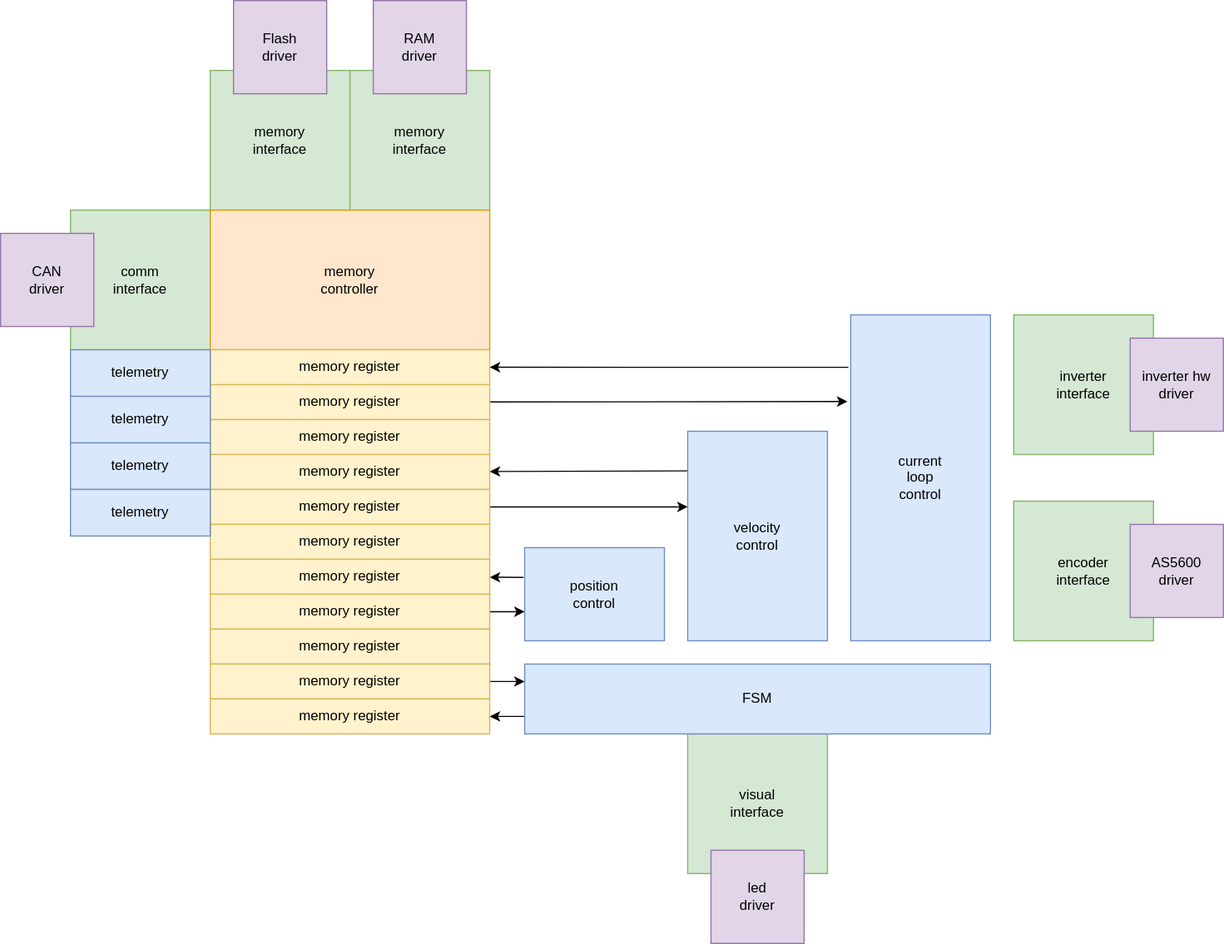
Earlier version of the draw.io export docs/firmware.drawio.svg (Eryk-Mozdzen/focus). Source tidied: cells renumbered, new cells last; positions are measured from the earlier drawing's top-left corner, leaving out a move shared by most shapes.
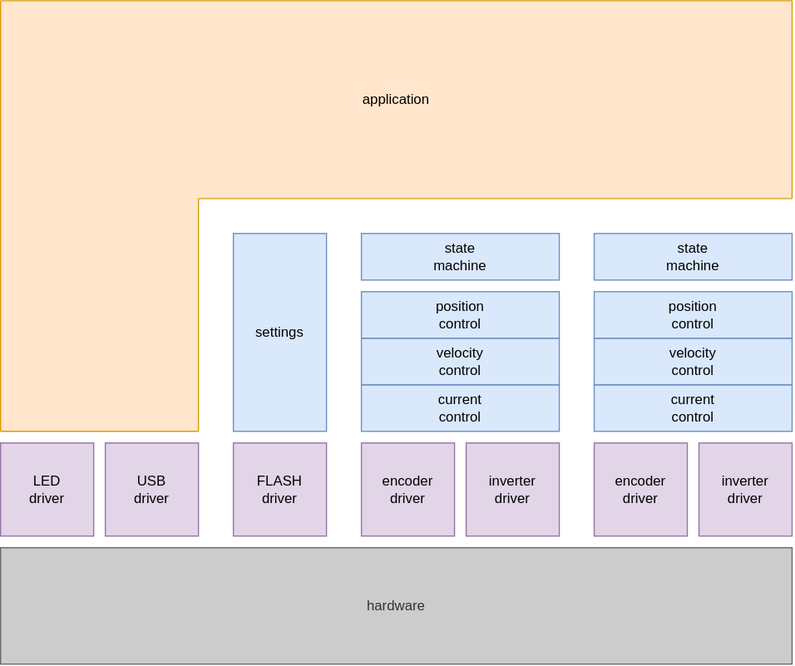
The same file after the commit.

What changed in the source:
```diff
@@ -2,139 +2,87 @@
   <root>
     <mxCell id="0" />
     <mxCell id="1" parent="0" />
-    <mxCell id="2" value="inverter&lt;br&gt;interface" style="rounded=0;whiteSpace=wrap;html=1;fillColor=#d5e8d4;strokeColor=#82b366;" parent="1" vertex="1">
-      <mxGeometry x="870" y="270" width="120" height="120" as="geometry" />
-    </mxCell>
-    <mxCell id="3" value="encoder&lt;br&gt;interface" style="rounded=0;whiteSpace=wrap;html=1;fillColor=#d5e8d4;strokeColor=#82b366;" parent="1" vertex="1">
-      <mxGeometry x="870" y="430" width="120" height="120" as="geometry" />
-    </mxCell>
+    <mxCell id="42" style="rounded=0;whiteSpace=wrap;html=1;fillColor=#ffe6cc;strokeColor=none;" parent="1" vertex="1">
+      <mxGeometry x="290" y="830" width="170" height="370" as="geometry" />
+    </mxCell>
-    <mxCell id="4" value="AS5600&lt;br&gt;driver" style="rounded=0;whiteSpace=wrap;html=1;fillColor=#e1d5e7;strokeColor=#9673a6;" parent="1" vertex="1">
-      <mxGeometry x="970" y="450" width="80" height="80" as="geometry" />
+    <mxCell id="4" value="encoder&lt;br&gt;driver" style="rounded=0;whiteSpace=wrap;html=1;fillColor=#e1d5e7;strokeColor=#9673a6;" parent="1" vertex="1">
+      <mxGeometry x="800" y="1210" width="80" height="80" as="geometry" />
     </mxCell>
-    <mxCell id="5" value="visual&lt;br&gt;interface" style="rounded=0;whiteSpace=wrap;html=1;fillColor=#d5e8d4;strokeColor=#82b366;" parent="1" vertex="1">
-      <mxGeometry x="590" y="630" width="120" height="120" as="geometry" />
-    </mxCell>
-    <mxCell id="6" value="comm&lt;br&gt;interface" style="rounded=0;whiteSpace=wrap;html=1;fillColor=#d5e8d4;strokeColor=#82b366;" parent="1" vertex="1">
-      <mxGeometry x="60" y="180" width="120" height="120" as="geometry" />
-    </mxCell>
-    <mxCell id="7" value="led&lt;br&gt;driver" style="rounded=0;whiteSpace=wrap;html=1;fillColor=#e1d5e7;strokeColor=#9673a6;" parent="1" vertex="1">
-      <mxGeometry x="610" y="730" width="80" height="80" as="geometry" />
-    </mxCell>
+    <mxCell id="10" value="FLASH&lt;br&gt;driver" style="rounded=0;whiteSpace=wrap;html=1;fillColor=#e1d5e7;strokeColor=#9673a6;" parent="1" vertex="1">
+      <mxGeometry x="490" y="1210" width="80" height="80" as="geometry" />
+    </mxCell>
+    <mxCell id="43" value="settings" style="rounded=0;whiteSpace=wrap;html=1;fillColor=#dae8fc;strokeColor=#6c8ebf;" parent="1" vertex="1">
+      <mxGeometry x="490" y="1030" width="80" height="170" as="geometry" />
+    </mxCell>
+    <mxCell id="44" style="rounded=0;whiteSpace=wrap;html=1;fillColor=#FFE6CC;strokeColor=none;" parent="1" vertex="1">
+      <mxGeometry x="450" y="830" width="520" height="170" as="geometry" />
+    </mxCell>
+    <mxCell id="45" value="encoder&lt;br&gt;driver" style="rounded=0;whiteSpace=wrap;html=1;fillColor=#e1d5e7;strokeColor=#9673a6;" parent="1" vertex="1">
+      <mxGeometry x="600" y="1210" width="80" height="80" as="geometry" />
+    </mxCell>
+    <mxCell id="46" value="current&lt;br&gt;control" style="rounded=0;whiteSpace=wrap;html=1;fillColor=#dae8fc;strokeColor=#6c8ebf;" parent="1" vertex="1">
+      <mxGeometry x="600" y="1160" width="170" height="40" as="geometry" />
+    </mxCell>
+    <mxCell id="47" value="velocity&lt;br&gt;control" style="rounded=0;whiteSpace=wrap;html=1;fillColor=#dae8fc;strokeColor=#6c8ebf;" parent="1" vertex="1">
+      <mxGeometry x="600" y="1120" width="170" height="40" as="geometry" />
+    </mxCell>
+    <mxCell id="48" value="position&lt;br&gt;control" style="rounded=0;whiteSpace=wrap;html=1;fillColor=#dae8fc;strokeColor=#6c8ebf;" parent="1" vertex="1">
+      <mxGeometry x="600" y="1080" width="170" height="40" as="geometry" />
+    </mxCell>
+    <mxCell id="49" value="state&lt;br&gt;machine" style="rounded=0;whiteSpace=wrap;html=1;fillColor=#dae8fc;strokeColor=#6c8ebf;" parent="1" vertex="1">
+      <mxGeometry x="600" y="1030" width="170" height="40" as="geometry" />
+    </mxCell>
-    <mxCell id="8" value="CAN&lt;br&gt;driver" style="rounded=0;whiteSpace=wrap;html=1;fillColor=#e1d5e7;strokeColor=#9673a6;" parent="1" vertex="1">
-      <mxGeometry y="200" width="80" height="80" as="geometry" />
+    <mxCell id="8" value="USB&lt;br&gt;driver" style="rounded=0;whiteSpace=wrap;html=1;fillColor=#e1d5e7;strokeColor=#9673a6;" parent="1" vertex="1">
+      <mxGeometry x="380" y="1210" width="80" height="80" as="geometry" />
     </mxCell>
-    <mxCell id="9" value="memory&lt;br&gt;interface" style="rounded=0;whiteSpace=wrap;html=1;fillColor=#d5e8d4;strokeColor=#82b366;" parent="1" vertex="1">
-      <mxGeometry x="180" y="60" width="120" height="120" as="geometry" />
-    </mxCell>
-    <mxCell id="10" value="Flash&lt;br&gt;driver" style="rounded=0;whiteSpace=wrap;html=1;fillColor=#e1d5e7;strokeColor=#9673a6;" parent="1" vertex="1">
-      <mxGeometry x="200" width="80" height="80" as="geometry" />
-    </mxCell>
-    <mxCell id="11" value="memory&lt;br&gt;interface" style="rounded=0;whiteSpace=wrap;html=1;fillColor=#d5e8d4;strokeColor=#82b366;" parent="1" vertex="1">
-      <mxGeometry x="300" y="60" width="120" height="120" as="geometry" />
-    </mxCell>
-    <mxCell id="12" value="RAM&lt;br&gt;driver" style="rounded=0;whiteSpace=wrap;html=1;fillColor=#e1d5e7;strokeColor=#9673a6;" parent="1" vertex="1">
-      <mxGeometry x="320" width="80" height="80" as="geometry" />
-    </mxCell>
-    <mxCell id="13" value="memory&lt;br&gt;controller" style="rounded=0;whiteSpace=wrap;html=1;fillColor=#ffe6cc;strokeColor=#d79b00;" parent="1" vertex="1">
-      <mxGeometry x="180" y="180" width="240" height="120" as="geometry" />
-    </mxCell>
-    <mxCell id="14" value="inverter hw&lt;br&gt;driver" style="rounded=0;whiteSpace=wrap;html=1;fillColor=#e1d5e7;strokeColor=#9673a6;" parent="1" vertex="1">
-      <mxGeometry x="970" y="290" width="80" height="80" as="geometry" />
-    </mxCell>
-    <mxCell id="15" value="memory register" style="rounded=0;whiteSpace=wrap;html=1;fillColor=#fff2cc;strokeColor=#d6b656;" parent="1" vertex="1">
-      <mxGeometry x="180" y="300" width="240" height="30" as="geometry" />
-    </mxCell>
-    <mxCell id="16" style="edgeStyle=none;html=1;exitX=-0.017;exitY=0.161;exitDx=0;exitDy=0;exitPerimeter=0;" parent="1" edge="1" source="17" target="15">
-      <mxGeometry relative="1" as="geometry" />
-    </mxCell>
-    <mxCell id="17" value="current&lt;br&gt;loop&lt;br&gt;control" style="rounded=0;whiteSpace=wrap;html=1;fillColor=#dae8fc;strokeColor=#6c8ebf;" parent="1" vertex="1">
-      <mxGeometry x="730" y="270" width="120" height="280" as="geometry" />
-    </mxCell>
-    <mxCell id="18" style="edgeStyle=none;html=1;exitX=0.008;exitY=0.189;exitDx=0;exitDy=0;exitPerimeter=0;" parent="1" edge="1" source="19">
-      <mxGeometry relative="1" as="geometry">
-        <mxPoint x="420" y="404.6" as="targetPoint" />
-      </mxGeometry>
-    </mxCell>
-    <mxCell id="19" value="velocity&lt;br&gt;control" style="rounded=0;whiteSpace=wrap;html=1;fillColor=#dae8fc;strokeColor=#6c8ebf;" parent="1" vertex="1">
-      <mxGeometry x="590" y="370" width="120" height="180" as="geometry" />
-    </mxCell>
-    <mxCell id="20" style="edgeStyle=none;html=1;exitX=-0.008;exitY=0.319;exitDx=0;exitDy=0;exitPerimeter=0;" parent="1" edge="1" source="21">
-      <mxGeometry relative="1" as="geometry">
-        <mxPoint x="420" y="495.4" as="targetPoint" />
-      </mxGeometry>
-    </mxCell>
-    <mxCell id="21" value="position&lt;br&gt;control" style="rounded=0;whiteSpace=wrap;html=1;fillColor=#dae8fc;strokeColor=#6c8ebf;" parent="1" vertex="1">
-      <mxGeometry x="450" y="470" width="120" height="80" as="geometry" />
-    </mxCell>
-    <mxCell id="22" style="edgeStyle=none;html=1;exitX=0;exitY=0.75;exitDx=0;exitDy=0;" parent="1" edge="1" source="23">
-      <mxGeometry relative="1" as="geometry">
-        <mxPoint x="420" y="615" as="targetPoint" />
-      </mxGeometry>
-    </mxCell>
-    <mxCell id="23" value="FSM" style="rounded=0;whiteSpace=wrap;html=1;fillColor=#dae8fc;strokeColor=#6c8ebf;" parent="1" vertex="1">
-      <mxGeometry x="450" y="570" width="400" height="60" as="geometry" />
-    </mxCell>
-    <mxCell id="24" style="edgeStyle=none;html=1;entryX=0;entryY=0.25;entryDx=0;entryDy=0;" parent="1" edge="1" target="23">
-      <mxGeometry relative="1" as="geometry">
-        <mxPoint x="420" y="585" as="sourcePoint" />
-      </mxGeometry>
-    </mxCell>
-    <mxCell id="25" style="edgeStyle=none;html=1;entryX=0;entryY=0.361;entryDx=0;entryDy=0;entryPerimeter=0;" parent="1" edge="1" target="19">
-      <mxGeometry relative="1" as="geometry">
-        <mxPoint x="420" y="435" as="sourcePoint" />
-      </mxGeometry>
-    </mxCell>
-    <mxCell id="26" style="edgeStyle=none;html=1;entryX=0;entryY=0.688;entryDx=0;entryDy=0;entryPerimeter=0;" parent="1" edge="1" target="21">
-      <mxGeometry relative="1" as="geometry">
-        <mxPoint x="420" y="525" as="sourcePoint" />
-      </mxGeometry>
-    </mxCell>
-    <mxCell id="27" style="edgeStyle=none;html=1;entryX=-0.024;entryY=0.266;entryDx=0;entryDy=0;entryPerimeter=0;" parent="1" edge="1" target="17">
-      <mxGeometry relative="1" as="geometry">
-        <mxPoint x="420" y="344.9" as="sourcePoint" />
-      </mxGeometry>
-    </mxCell>
-    <mxCell id="28" value="memory register" style="rounded=0;whiteSpace=wrap;html=1;fillColor=#fff2cc;strokeColor=#d6b656;" parent="1" vertex="1">
-      <mxGeometry x="180" y="330" width="240" height="30" as="geometry" />
-    </mxCell>
-    <mxCell id="29" value="memory register" style="rounded=0;whiteSpace=wrap;html=1;fillColor=#fff2cc;strokeColor=#d6b656;" parent="1" vertex="1">
-      <mxGeometry x="180" y="360" width="240" height="30" as="geometry" />
-    </mxCell>
-    <mxCell id="30" value="memory register" style="rounded=0;whiteSpace=wrap;html=1;fillColor=#fff2cc;strokeColor=#d6b656;" parent="1" vertex="1">
-      <mxGeometry x="180" y="390" width="240" height="30" as="geometry" />
-    </mxCell>
-    <mxCell id="31" value="memory register" style="rounded=0;whiteSpace=wrap;html=1;fillColor=#fff2cc;strokeColor=#d6b656;" parent="1" vertex="1">
-      <mxGeometry x="180" y="420" width="240" height="30" as="geometry" />
-    </mxCell>
-    <mxCell id="32" value="memory register" style="rounded=0;whiteSpace=wrap;html=1;fillColor=#fff2cc;strokeColor=#d6b656;" parent="1" vertex="1">
-      <mxGeometry x="180" y="450" width="240" height="30" as="geometry" />
-    </mxCell>
-    <mxCell id="33" value="memory register" style="rounded=0;whiteSpace=wrap;html=1;fillColor=#fff2cc;strokeColor=#d6b656;" parent="1" vertex="1">
-      <mxGeometry x="180" y="480" width="240" height="30" as="geometry" />
-    </mxCell>
-    <mxCell id="34" value="memory register" style="rounded=0;whiteSpace=wrap;html=1;fillColor=#fff2cc;strokeColor=#d6b656;" parent="1" vertex="1">
-      <mxGeometry x="180" y="510" width="240" height="30" as="geometry" />
-    </mxCell>
-    <mxCell id="35" value="memory register" style="rounded=0;whiteSpace=wrap;html=1;fillColor=#fff2cc;strokeColor=#d6b656;" parent="1" vertex="1">
-      <mxGeometry x="180" y="540" width="240" height="30" as="geometry" />
-    </mxCell>
-    <mxCell id="36" value="memory register" style="rounded=0;whiteSpace=wrap;html=1;fillColor=#fff2cc;strokeColor=#d6b656;" parent="1" vertex="1">
-      <mxGeometry x="180" y="570" width="240" height="30" as="geometry" />
-    </mxCell>
-    <mxCell id="37" value="memory register" style="rounded=0;whiteSpace=wrap;html=1;fillColor=#fff2cc;strokeColor=#d6b656;" parent="1" vertex="1">
-      <mxGeometry x="180" y="600" width="240" height="30" as="geometry" />
-    </mxCell>
-    <mxCell id="38" value="telemetry" style="rounded=0;whiteSpace=wrap;html=1;fillColor=#dae8fc;strokeColor=#6c8ebf;" parent="1" vertex="1">
-      <mxGeometry x="60" y="300" width="120" height="40" as="geometry" />
-    </mxCell>
-    <mxCell id="39" value="telemetry" style="rounded=0;whiteSpace=wrap;html=1;fillColor=#dae8fc;strokeColor=#6c8ebf;" parent="1" vertex="1">
-      <mxGeometry x="60" y="340" width="120" height="40" as="geometry" />
-    </mxCell>
-    <mxCell id="40" value="telemetry" style="rounded=0;whiteSpace=wrap;html=1;fillColor=#dae8fc;strokeColor=#6c8ebf;" parent="1" vertex="1">
-      <mxGeometry x="60" y="380" width="120" height="40" as="geometry" />
-    </mxCell>
-    <mxCell id="41" value="telemetry" style="rounded=0;whiteSpace=wrap;html=1;fillColor=#dae8fc;strokeColor=#6c8ebf;" parent="1" vertex="1">
-      <mxGeometry x="60" y="420" width="120" height="40" as="geometry" />
-    </mxCell>
+    <mxCell id="50" value="LED&lt;br&gt;driver" style="rounded=0;whiteSpace=wrap;html=1;fillColor=#e1d5e7;strokeColor=#9673a6;" parent="1" vertex="1">
+      <mxGeometry x="290" y="1210" width="80" height="80" as="geometry" />
+    </mxCell>
+    <mxCell id="51" value="current&lt;br&gt;control" style="rounded=0;whiteSpace=wrap;html=1;fillColor=#dae8fc;strokeColor=#6c8ebf;" parent="1" vertex="1">
+      <mxGeometry x="800" y="1160" width="170" height="40" as="geometry" />
+    </mxCell>
+    <mxCell id="52" value="velocity&lt;br&gt;control" style="rounded=0;whiteSpace=wrap;html=1;fillColor=#dae8fc;strokeColor=#6c8ebf;" parent="1" vertex="1">
+      <mxGeometry x="800" y="1120" width="170" height="40" as="geometry" />
+    </mxCell>
+    <mxCell id="53" value="position&lt;br&gt;control" style="rounded=0;whiteSpace=wrap;html=1;fillColor=#dae8fc;strokeColor=#6c8ebf;" parent="1" vertex="1">
+      <mxGeometry x="800" y="1080" width="170" height="40" as="geometry" />
+    </mxCell>
+    <mxCell id="54" value="state&lt;br&gt;machine" style="rounded=0;whiteSpace=wrap;html=1;fillColor=#dae8fc;strokeColor=#6c8ebf;" parent="1" vertex="1">
+      <mxGeometry x="800" y="1030" width="170" height="40" as="geometry" />
+    </mxCell>
+    <mxCell id="55" value="hardware" style="rounded=0;whiteSpace=wrap;html=1;strokeColor=#666666;fillColor=#CCCCCC;fontColor=#333333;" parent="1" vertex="1">
+      <mxGeometry x="290" y="1300" width="680" height="100" as="geometry" />
+    </mxCell>
+    <mxCell id="56" style="endArrow=none;html=1;fillColor=#ffe6cc;strokeColor=#d79b00;entryX=0;entryY=0;entryDx=0;entryDy=0;exitX=0;exitY=1;exitDx=0;exitDy=0;" parent="1" edge="1" source="42" target="42">
+      <mxGeometry relative="1" as="geometry" />
+    </mxCell>
+    <mxCell id="57" style="endArrow=none;html=1;fillColor=#ffe6cc;strokeColor=#d79b00;entryX=0;entryY=1;entryDx=0;entryDy=0;exitX=1;exitY=1;exitDx=0;exitDy=0;" parent="1" edge="1" source="42" target="42">
+      <mxGeometry relative="1" as="geometry" />
+    </mxCell>
+    <mxCell id="58" style="endArrow=none;html=1;fillColor=#ffe6cc;strokeColor=#d79b00;exitX=1;exitY=1;exitDx=0;exitDy=0;" parent="1" edge="1" source="42">
+      <mxGeometry relative="1" as="geometry">
+        <mxPoint x="460" y="1000" as="targetPoint" />
+      </mxGeometry>
+    </mxCell>
+    <mxCell id="59" style="endArrow=none;html=1;fillColor=#ffe6cc;strokeColor=#d79b00;exitX=1;exitY=1;exitDx=0;exitDy=0;" parent="1" edge="1" source="44">
+      <mxGeometry relative="1" as="geometry">
+        <mxPoint x="460" y="1000" as="targetPoint" />
+      </mxGeometry>
+    </mxCell>
+    <mxCell id="60" style="endArrow=none;html=1;fillColor=#ffe6cc;strokeColor=#d79b00;entryX=1;entryY=0;entryDx=0;entryDy=0;exitX=1;exitY=1;exitDx=0;exitDy=0;" parent="1" edge="1" source="44" target="44">
+      <mxGeometry relative="1" as="geometry" />
+    </mxCell>
+    <mxCell id="61" style="endArrow=none;html=1;fillColor=#ffe6cc;strokeColor=#d79b00;entryX=1;entryY=0;entryDx=0;entryDy=0;exitX=0;exitY=0;exitDx=0;exitDy=0;" parent="1" edge="1" source="42" target="44">
+      <mxGeometry relative="1" as="geometry" />
+    </mxCell>
+    <mxCell id="62" value="&lt;span style=&quot;color: rgb(0, 0, 0);&quot;&gt;application&lt;/span&gt;" style="text;html=1;align=center;verticalAlign=middle;whiteSpace=wrap;rounded=0;" parent="1" vertex="1">
+      <mxGeometry x="560" y="900" width="140" height="30" as="geometry" />
+    </mxCell>
+    <mxCell id="63" value="inverter&lt;br&gt;driver" style="rounded=0;whiteSpace=wrap;html=1;fillColor=#e1d5e7;strokeColor=#9673a6;" parent="1" vertex="1">
+      <mxGeometry x="890" y="1210" width="80" height="80" as="geometry" />
+    </mxCell>
+    <mxCell id="64" value="inverter&lt;br&gt;driver" style="rounded=0;whiteSpace=wrap;html=1;fillColor=#e1d5e7;strokeColor=#9673a6;" parent="1" vertex="1">
+      <mxGeometry x="690" y="1210" width="80" height="80" as="geometry" />
+    </mxCell>
   </root>
 </mxGraphModel>
```
